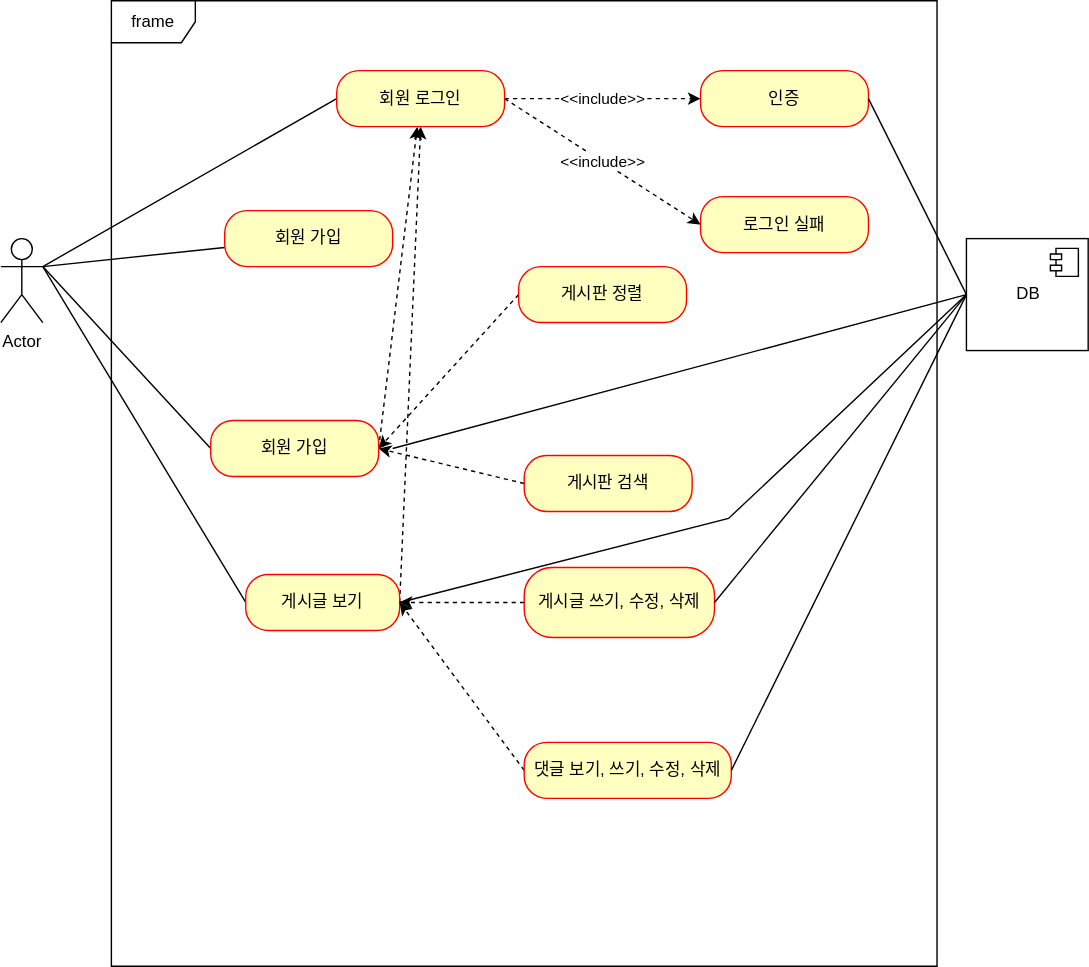
The draw.io diagram document/use-case.svg in YG-creator/board-project, before a commit. Source tidied: cells renumbered, new cells last; positions are measured from the earlier drawing's top-left corner, leaving out a move shared by most shapes. The source it was exported from:
```xml
<mxGraphModel>
  <root>
    <mxCell id="0" />
    <mxCell id="1" parent="0" />
    <mxCell id="2" value="frame" style="shape=umlFrame;whiteSpace=wrap;html=1;" parent="1" vertex="1">
      <mxGeometry x="79" width="590" height="690" as="geometry" />
    </mxCell>
    <mxCell id="3" value="Actor" style="shape=umlActor;verticalLabelPosition=bottom;verticalAlign=top;html=1;" parent="1" vertex="1">
      <mxGeometry y="170" width="30" height="60" as="geometry" />
    </mxCell>
    <mxCell id="4" style="rounded=0;jettySize=auto;html=1;entryX=1;entryY=0.3333333333333333;entryDx=0;entryDy=0;entryPerimeter=0;endArrow=none;endFill=0;" parent="1" edge="1" source="5" target="3">
      <mxGeometry relative="1" as="geometry" />
    </mxCell>
    <mxCell id="5" value="회원 가입" style="rounded=1;whiteSpace=wrap;html=1;arcSize=40;fontColor=#000000;fillColor=#ffffc0;strokeColor=#ff0000;" parent="1" vertex="1">
      <mxGeometry x="160" y="150" width="120" height="40" as="geometry" />
    </mxCell>
    <mxCell id="6" style="rounded=0;jettySize=auto;html=1;exitX=0;exitY=0.5;exitDx=0;exitDy=0;entryX=1;entryY=0.3333333333333333;entryDx=0;entryDy=0;entryPerimeter=0;endArrow=none;endFill=0;" parent="1" edge="1" source="25" target="3">
      <mxGeometry relative="1" as="geometry" />
    </mxCell>
    <mxCell id="7" style="rounded=0;jettySize=auto;html=1;exitX=1;exitY=0.5;exitDx=0;exitDy=0;dashed=1;" parent="1" edge="1" source="25" target="22">
      <mxGeometry relative="1" as="geometry" />
    </mxCell>
    <mxCell id="8" style="rounded=0;jettySize=auto;html=1;exitX=0;exitY=0.5;exitDx=0;exitDy=0;entryX=1;entryY=0.3333333333333333;entryDx=0;entryDy=0;entryPerimeter=0;endArrow=none;endFill=0;" parent="1" edge="1" source="10" target="3">
      <mxGeometry relative="1" as="geometry" />
    </mxCell>
    <mxCell id="9" style="edgeStyle=none;rounded=0;jettySize=auto;html=1;entryX=0.5;entryY=1;entryDx=0;entryDy=0;dashed=1;endArrow=classic;endFill=1;exitX=1;exitY=0.5;exitDx=0;exitDy=0;" parent="1" edge="1" source="10" target="22">
      <mxGeometry relative="1" as="geometry" />
    </mxCell>
    <mxCell id="10" value="게시글 보기" style="rounded=1;whiteSpace=wrap;html=1;arcSize=40;fontColor=#000000;fillColor=#ffffc0;strokeColor=#ff0000;" parent="1" vertex="1">
      <mxGeometry x="175" y="410" width="110" height="40" as="geometry" />
    </mxCell>
    <mxCell id="11" style="edgeStyle=none;rounded=0;jettySize=auto;html=1;entryX=1;entryY=0.5;entryDx=0;entryDy=0;dashed=1;endArrow=classic;endFill=1;exitX=0;exitY=0.5;exitDx=0;exitDy=0;" parent="1" edge="1" source="12" target="10">
      <mxGeometry relative="1" as="geometry" />
    </mxCell>
    <mxCell id="12" value="댓글 보기, 쓰기, 수정, 삭제" style="rounded=1;whiteSpace=wrap;html=1;arcSize=40;fontColor=#000000;fillColor=#ffffc0;strokeColor=#ff0000;" parent="1" vertex="1">
      <mxGeometry x="374" y="530" width="148" height="40" as="geometry" />
    </mxCell>
    <mxCell id="13" style="edgeStyle=none;rounded=0;jettySize=auto;html=1;dashed=1;endArrow=classic;endFill=1;" parent="1" edge="1" source="14" target="10">
      <mxGeometry relative="1" as="geometry" />
    </mxCell>
    <mxCell id="14" value="게시글 쓰기, 수정, 삭제" style="rounded=1;whiteSpace=wrap;html=1;arcSize=40;fontColor=#000000;fillColor=#ffffc0;strokeColor=#ff0000;" parent="1" vertex="1">
      <mxGeometry x="374" y="405" width="136" height="50" as="geometry" />
    </mxCell>
    <mxCell id="15" style="edgeStyle=none;rounded=0;jettySize=auto;html=1;exitX=0;exitY=0.5;exitDx=0;exitDy=0;dashed=1;endArrow=classic;endFill=1;" parent="1" edge="1" source="16">
      <mxGeometry relative="1" as="geometry">
        <mxPoint x="270" y="320" as="targetPoint" />
      </mxGeometry>
    </mxCell>
    <mxCell id="16" value="게시판 검색" style="rounded=1;whiteSpace=wrap;html=1;arcSize=40;fontColor=#000000;fillColor=#ffffc0;strokeColor=#ff0000;" parent="1" vertex="1">
      <mxGeometry x="374" y="325" width="120" height="40" as="geometry" />
    </mxCell>
    <mxCell id="17" style="edgeStyle=none;rounded=0;jettySize=auto;html=1;entryX=1;entryY=0.5;entryDx=0;entryDy=0;dashed=1;endArrow=classic;endFill=1;exitX=0;exitY=0.5;exitDx=0;exitDy=0;" parent="1" edge="1" source="18" target="25">
      <mxGeometry relative="1" as="geometry" />
    </mxCell>
    <mxCell id="18" value="게시판 정렬" style="rounded=1;whiteSpace=wrap;html=1;arcSize=40;fontColor=#000000;fillColor=#ffffc0;strokeColor=#ff0000;" parent="1" vertex="1">
      <mxGeometry x="370" y="190" width="120" height="40" as="geometry" />
    </mxCell>
    <mxCell id="19" style="rounded=0;jettySize=auto;html=1;exitX=0;exitY=0.5;exitDx=0;exitDy=0;endArrow=none;endFill=0;" parent="1" edge="1" source="22">
      <mxGeometry relative="1" as="geometry">
        <mxPoint x="30" y="190" as="targetPoint" />
      </mxGeometry>
    </mxCell>
    <mxCell id="20" value="&amp;lt;&amp;lt;include&amp;gt;&amp;gt;" style="edgeStyle=none;rounded=0;jettySize=auto;html=1;dashed=1;endArrow=classic;endFill=1;" parent="1" edge="1" source="22" target="24">
      <mxGeometry relative="1" as="geometry" />
    </mxCell>
    <mxCell id="21" value="&amp;lt;&amp;lt;include&amp;gt;&amp;gt;" style="edgeStyle=none;rounded=0;jettySize=auto;html=1;entryX=0;entryY=0.5;entryDx=0;entryDy=0;dashed=1;endArrow=classic;endFill=1;exitX=1;exitY=0.5;exitDx=0;exitDy=0;" parent="1" edge="1" source="22" target="23">
      <mxGeometry relative="1" as="geometry" />
    </mxCell>
    <mxCell id="22" value="회원 로그인" style="rounded=1;whiteSpace=wrap;html=1;arcSize=40;fontColor=#000000;fillColor=#ffffc0;strokeColor=#ff0000;" parent="1" vertex="1">
      <mxGeometry x="240" y="50" width="120" height="40" as="geometry" />
    </mxCell>
    <mxCell id="23" value="로그인 실패" style="rounded=1;whiteSpace=wrap;html=1;arcSize=40;fontColor=#000000;fillColor=#ffffc0;strokeColor=#ff0000;" parent="1" vertex="1">
      <mxGeometry x="500" y="140" width="120" height="40" as="geometry" />
    </mxCell>
    <mxCell id="24" value="인증" style="rounded=1;whiteSpace=wrap;html=1;arcSize=40;fontColor=#000000;fillColor=#ffffc0;strokeColor=#ff0000;" parent="1" vertex="1">
      <mxGeometry x="500" y="50" width="120" height="40" as="geometry" />
    </mxCell>
    <mxCell id="25" value="회원 가입" style="rounded=1;whiteSpace=wrap;html=1;arcSize=40;fontColor=#000000;fillColor=#ffffc0;strokeColor=#ff0000;" parent="1" vertex="1">
      <mxGeometry x="150" y="300" width="120" height="40" as="geometry" />
    </mxCell>
    <mxCell id="26" style="edgeStyle=none;rounded=0;jettySize=auto;html=1;entryX=1;entryY=0.5;entryDx=0;entryDy=0;endArrow=none;endFill=0;exitX=0;exitY=0.5;exitDx=0;exitDy=0;" parent="1" edge="1" source="31" target="24">
      <mxGeometry relative="1" as="geometry" />
    </mxCell>
    <mxCell id="27" style="edgeStyle=none;rounded=0;jettySize=auto;html=1;exitX=0;exitY=0.5;exitDx=0;exitDy=0;endArrow=none;endFill=0;" parent="1" edge="1" source="31">
      <mxGeometry relative="1" as="geometry">
        <mxPoint x="280" y="320" as="targetPoint" />
      </mxGeometry>
    </mxCell>
    <mxCell id="28" style="edgeStyle=none;rounded=0;jettySize=auto;html=1;entryX=1;entryY=0.5;entryDx=0;entryDy=0;endArrow=none;endFill=0;exitX=0;exitY=0.5;exitDx=0;exitDy=0;" parent="1" edge="1" source="31" target="14">
      <mxGeometry relative="1" as="geometry" />
    </mxCell>
    <mxCell id="29" style="edgeStyle=none;rounded=0;jettySize=auto;html=1;entryX=1;entryY=0.5;entryDx=0;entryDy=0;endArrow=none;endFill=0;exitX=0;exitY=0.5;exitDx=0;exitDy=0;" parent="1" edge="1" source="31" target="12">
      <mxGeometry relative="1" as="geometry" />
    </mxCell>
    <mxCell id="30" style="edgeStyle=none;rounded=0;jettySize=auto;html=1;exitX=0;exitY=0.5;exitDx=0;exitDy=0;entryX=1;entryY=0.5;entryDx=0;entryDy=0;endArrow=none;endFill=0;" parent="1" edge="1" source="31" target="10">
      <mxGeometry relative="1" as="geometry">
        <Array as="points">
          <mxPoint x="520" y="370" />
        </Array>
      </mxGeometry>
    </mxCell>
    <mxCell id="31" value="DB" style="html=1;" parent="1" vertex="1">
      <mxGeometry x="690" y="170" width="87" height="80" as="geometry" />
    </mxCell>
    <mxCell id="32" style="shape=module;jettyWidth=8;jettyHeight=4;" parent="31" vertex="1">
      <mxGeometry x="1" width="20" height="20" relative="1" as="geometry">
        <mxPoint x="-27" y="7" as="offset" />
      </mxGeometry>
    </mxCell>
  </root>
</mxGraphModel>
```
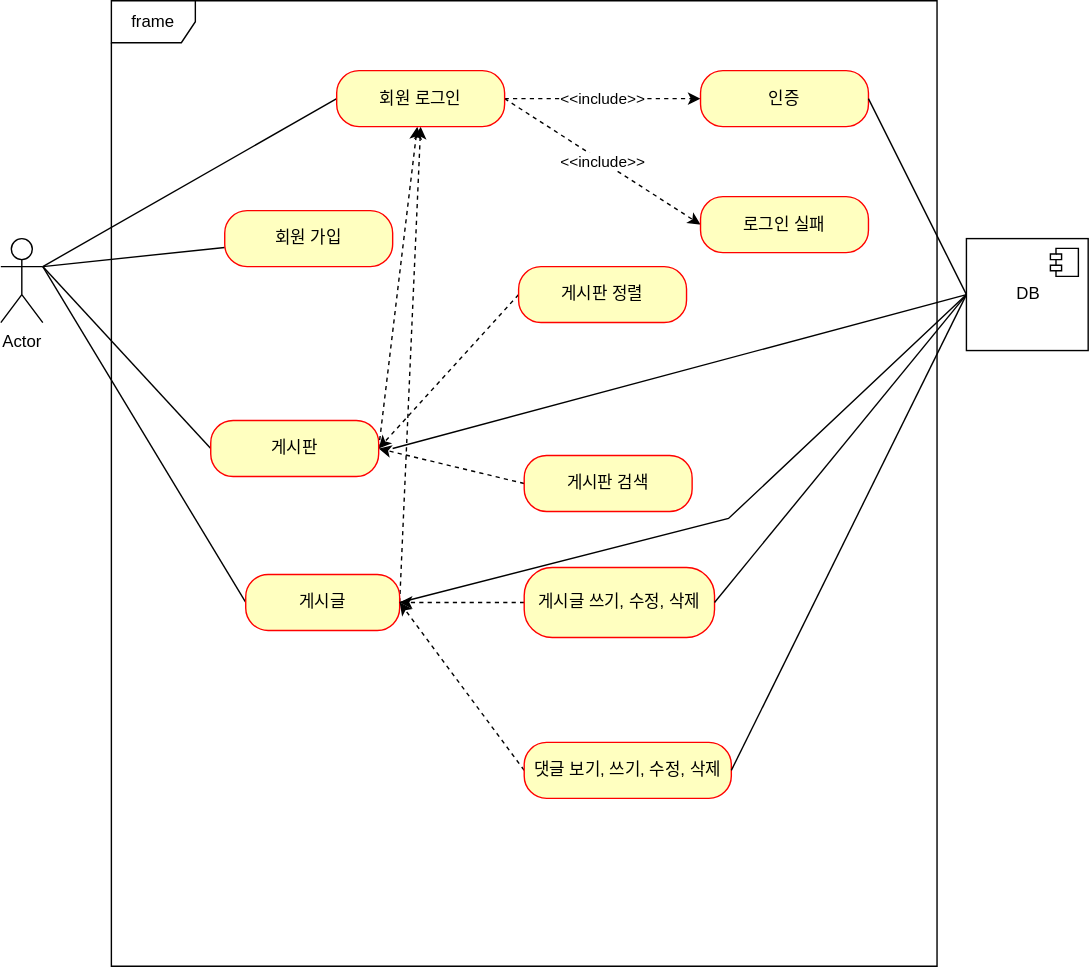
After the commit.

Diff of the diagram source:
```diff
@@ -26,7 +26,7 @@
     <mxCell id="9" style="edgeStyle=none;rounded=0;jettySize=auto;html=1;entryX=0.5;entryY=1;entryDx=0;entryDy=0;dashed=1;endArrow=classic;endFill=1;exitX=1;exitY=0.5;exitDx=0;exitDy=0;" parent="1" edge="1" source="10" target="22">
       <mxGeometry relative="1" as="geometry" />
     </mxCell>
-    <mxCell id="10" value="게시글 보기" style="rounded=1;whiteSpace=wrap;html=1;arcSize=40;fontColor=#000000;fillColor=#ffffc0;strokeColor=#ff0000;" parent="1" vertex="1">
+    <mxCell id="10" value="게시글" style="rounded=1;whiteSpace=wrap;html=1;arcSize=40;fontColor=#000000;fillColor=#ffffc0;strokeColor=#ff0000;" parent="1" vertex="1">
       <mxGeometry x="175" y="410" width="110" height="40" as="geometry" />
     </mxCell>
     <mxCell id="11" style="edgeStyle=none;rounded=0;jettySize=auto;html=1;entryX=1;entryY=0.5;entryDx=0;entryDy=0;dashed=1;endArrow=classic;endFill=1;exitX=0;exitY=0.5;exitDx=0;exitDy=0;" parent="1" edge="1" source="12" target="10">
@@ -75,7 +75,7 @@
     <mxCell id="24" value="인증" style="rounded=1;whiteSpace=wrap;html=1;arcSize=40;fontColor=#000000;fillColor=#ffffc0;strokeColor=#ff0000;" parent="1" vertex="1">
       <mxGeometry x="500" y="50" width="120" height="40" as="geometry" />
     </mxCell>
-    <mxCell id="25" value="회원 가입" style="rounded=1;whiteSpace=wrap;html=1;arcSize=40;fontColor=#000000;fillColor=#ffffc0;strokeColor=#ff0000;" parent="1" vertex="1">
+    <mxCell id="25" value="게시판" style="rounded=1;whiteSpace=wrap;html=1;arcSize=40;fontColor=#000000;fillColor=#ffffc0;strokeColor=#ff0000;" parent="1" vertex="1">
       <mxGeometry x="150" y="300" width="120" height="40" as="geometry" />
     </mxCell>
     <mxCell id="26" style="edgeStyle=none;rounded=0;jettySize=auto;html=1;entryX=1;entryY=0.5;entryDx=0;entryDy=0;endArrow=none;endFill=0;exitX=0;exitY=0.5;exitDx=0;exitDy=0;" parent="1" edge="1" source="31" target="24">
```
